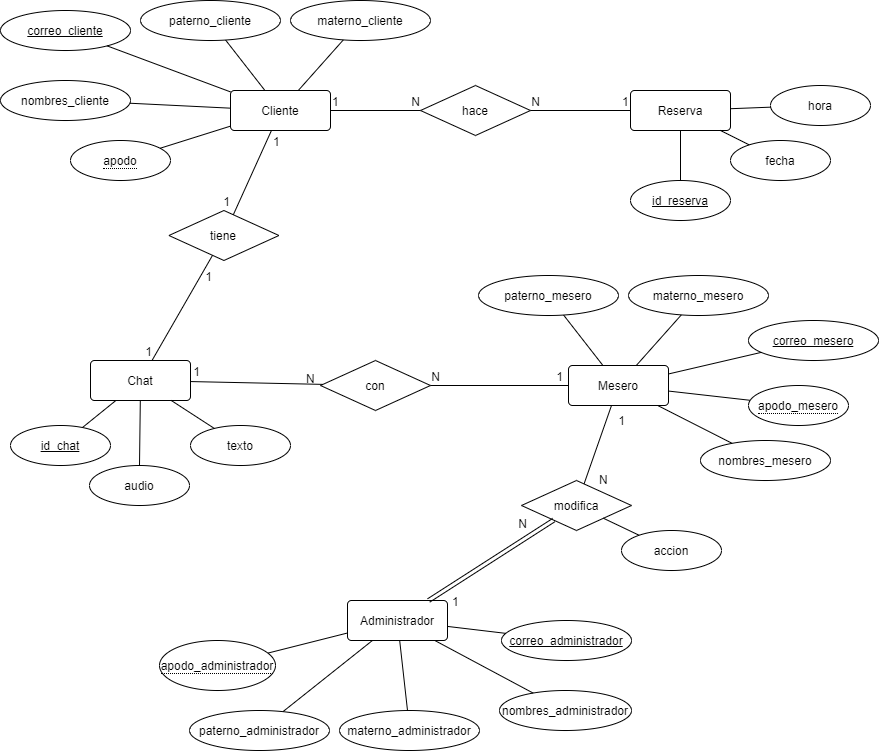
Before: modelos_BD/Modelo_Entidad-Relacion.png, a diagram exported from draw.io (arroyopablo/SaborSazzon). Source tidied: cells renumbered, new cells last; positions are measured from the earlier drawing's top-left corner, leaving out a move shared by most shapes.
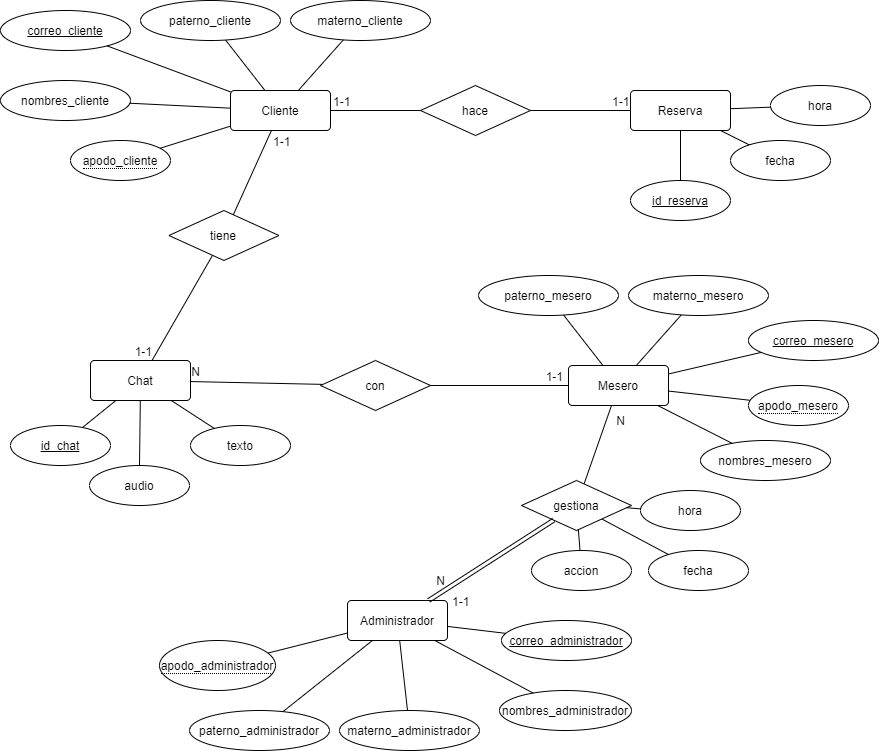
Later version of the same file.

Commit message:
Arreglando modelo ER y adiccionando modelo Relacional

The edit, as a diff of the source:
```diff
@@ -38,7 +38,7 @@
     <mxCell id="13" value="hace" style="shape=rhombus;perimeter=rhombusPerimeter;whiteSpace=wrap;html=1;align=center;" parent="1" vertex="1">
       <mxGeometry x="420" y="85" width="110" height="50" as="geometry" />
     </mxCell>
-    <mxCell id="14" value="&lt;span style=&quot;border-bottom: 1px dotted&quot;&gt;apodo&lt;/span&gt;" style="ellipse;whiteSpace=wrap;html=1;align=center;" parent="1" vertex="1">
+    <mxCell id="14" value="&lt;span style=&quot;border-bottom: 1px dotted&quot;&gt;apodo_cliente&lt;/span&gt;" style="ellipse;whiteSpace=wrap;html=1;align=center;" parent="1" vertex="1">
       <mxGeometry x="70" y="140" width="100" height="40" as="geometry" />
     </mxCell>
     <mxCell id="15" value="id_reserva" style="ellipse;whiteSpace=wrap;html=1;align=center;fontStyle=4;" parent="1" vertex="1">
@@ -56,25 +56,19 @@
     <mxCell id="19" style="endArrow=none;html=1;rounded=0;" parent="1" edge="1" source="11" target="13">
       <mxGeometry relative="1" as="geometry" />
     </mxCell>
-    <mxCell id="20" value="1" style="html=1;align=left;verticalAlign=bottom;" parent="19" vertex="1">
-      <mxGeometry x="-1" relative="1" as="geometry" />
+    <mxCell id="20" value="1-1" style="html=1;align=left;verticalAlign=bottom;" parent="19" vertex="1">
+      <mxGeometry x="-1" relative="1" as="geometry">
+        <mxPoint x="1" as="offset" />
+      </mxGeometry>
     </mxCell>
-    <mxCell id="21" value="N" style="html=1;align=right;verticalAlign=bottom;" parent="19" vertex="1">
-      <mxGeometry x="1" relative="1" as="geometry" />
-    </mxCell>
     <mxCell id="22" style="endArrow=none;html=1;rounded=0;" parent="1" edge="1" source="12" target="13">
       <mxGeometry relative="1" as="geometry" />
     </mxCell>
-    <mxCell id="23" value="1" style="html=1;align=left;verticalAlign=bottom;" parent="22" vertex="1">
+    <mxCell id="23" value="1-1" style="html=1;align=left;verticalAlign=bottom;" parent="22" vertex="1">
       <mxGeometry x="-1" relative="1" as="geometry">
-        <mxPoint x="-10" as="offset" />
+        <mxPoint x="-20" as="offset" />
       </mxGeometry>
     </mxCell>
-    <mxCell id="24" value="N" style="html=1;align=right;verticalAlign=bottom;" parent="22" vertex="1">
-      <mxGeometry x="1" relative="1" as="geometry">
-        <mxPoint x="10" as="offset" />
-      </mxGeometry>
-    </mxCell>
     <mxCell id="25" value="hora" style="ellipse;whiteSpace=wrap;html=1;align=center;" parent="1" vertex="1">
       <mxGeometry x="770" y="85" width="100" height="40" as="geometry" />
     </mxCell>
@@ -90,7 +84,7 @@
     <mxCell id="29" style="endArrow=none;html=1;rounded=0;" parent="1" edge="1" source="11" target="27">
       <mxGeometry relative="1" as="geometry" />
     </mxCell>
-    <mxCell id="30" value="1" style="html=1;align=left;verticalAlign=bottom;" parent="29" vertex="1">
+    <mxCell id="30" value="1-1" style="html=1;align=left;verticalAlign=bottom;" parent="29" vertex="1">
       <mxGeometry x="-1" relative="1" as="geometry">
         <mxPoint y="20" as="offset" />
       </mxGeometry>
@@ -98,7 +92,7 @@
     <mxCell id="31" style="endArrow=none;html=1;rounded=0;" parent="1" edge="1" source="27" target="28">
       <mxGeometry relative="1" as="geometry" />
     </mxCell>
-    <mxCell id="32" value="1" style="html=1;align=right;verticalAlign=bottom;" parent="31" vertex="1">
+    <mxCell id="32" value="1-1" style="html=1;align=right;verticalAlign=bottom;" parent="31" vertex="1">
       <mxGeometry x="1" relative="1" as="geometry" />
     </mxCell>
     <mxCell id="33" value="id_chat" style="ellipse;whiteSpace=wrap;html=1;align=center;fontStyle=4;" parent="1" vertex="1">
@@ -161,28 +155,12 @@
     <mxCell id="52" style="endArrow=none;html=1;rounded=0;" parent="1" edge="1" source="39" target="28">
       <mxGeometry relative="1" as="geometry" />
     </mxCell>
-    <mxCell id="53" value="1" style="html=1;align=right;verticalAlign=bottom;" parent="1" vertex="1">
+    <mxCell id="53" value="N" style="html=1;align=right;verticalAlign=bottom;" parent="1" vertex="1">
       <mxGeometry x="200" y="380" as="geometry" />
     </mxCell>
-    <mxCell id="54" value="N" style="html=1;align=left;verticalAlign=bottom;" parent="1" vertex="1">
-      <mxGeometry x="223.4" y="284.7" as="geometry">
-        <mxPoint x="81" y="102" as="offset" />
-      </mxGeometry>
-    </mxCell>
-    <mxCell id="55" value="N" style="html=1;align=right;verticalAlign=bottom;" parent="1" vertex="1">
-      <mxGeometry x="440" y="385" as="geometry" />
-    </mxCell>
-    <mxCell id="56" value="1" style="html=1;align=right;verticalAlign=bottom;" parent="1" vertex="1">
+    <mxCell id="56" value="1-1" style="html=1;align=right;verticalAlign=bottom;" parent="1" vertex="1">
       <mxGeometry x="563" y="385" as="geometry" />
     </mxCell>
-    <mxCell id="57" value="1" style="html=1;align=right;verticalAlign=bottom;" parent="1" vertex="1">
-      <mxGeometry x="230" y="420" as="geometry">
-        <mxPoint x="-18" y="-135" as="offset" />
-      </mxGeometry>
-    </mxCell>
-    <mxCell id="58" value="1" style="html=1;align=right;verticalAlign=bottom;" parent="1" vertex="1">
-      <mxGeometry x="230" y="210" as="geometry" />
-    </mxCell>
     <mxCell id="59" value="&lt;u&gt;correo_administrador&lt;/u&gt;" style="ellipse;whiteSpace=wrap;html=1;" parent="1" vertex="1">
       <mxGeometry x="501" y="620" width="130" height="40" as="geometry" />
     </mxCell>
@@ -216,18 +194,13 @@
     <mxCell id="69" value="&lt;span style=&quot;border-bottom: 1px dotted&quot;&gt;apodo_administrador&lt;/span&gt;" style="ellipse;whiteSpace=wrap;html=1;align=center;" parent="1" vertex="1">
       <mxGeometry x="159" y="640" width="116" height="50" as="geometry" />
     </mxCell>
-    <mxCell id="70" value="modifica" style="shape=rhombus;perimeter=rhombusPerimeter;whiteSpace=wrap;html=1;align=center;" parent="1" vertex="1">
+    <mxCell id="70" value="gestiona" style="shape=rhombus;perimeter=rhombusPerimeter;whiteSpace=wrap;html=1;align=center;" parent="1" vertex="1">
       <mxGeometry x="521" y="480" width="110" height="50" as="geometry" />
     </mxCell>
     <mxCell id="71" style="endArrow=none;html=1;rounded=0;" parent="1" edge="1" source="70" target="49">
       <mxGeometry relative="1" as="geometry" />
     </mxCell>
-    <mxCell id="72" value="N" style="html=1;align=left;verticalAlign=bottom;" parent="71" vertex="1">
-      <mxGeometry x="-1" relative="1" as="geometry">
-        <mxPoint x="13" y="4.1" as="offset" />
-      </mxGeometry>
-    </mxCell>
-    <mxCell id="73" value="1" style="html=1;align=right;verticalAlign=bottom;" parent="71" vertex="1">
+    <mxCell id="73" value="N" style="html=1;align=right;verticalAlign=bottom;" parent="71" vertex="1">
       <mxGeometry x="1" relative="1" as="geometry">
         <mxPoint x="14.1" y="23.7" as="offset" />
       </mxGeometry>
@@ -235,21 +208,33 @@
     <mxCell id="74" style="shape=link;html=1;rounded=0;" parent="1" edge="1" source="68" target="70">
       <mxGeometry relative="1" as="geometry" />
     </mxCell>
-    <mxCell id="75" value="1" style="html=1;align=left;verticalAlign=bottom;" parent="74" vertex="1">
+    <mxCell id="75" value="1-1" style="html=1;align=left;verticalAlign=bottom;" parent="74" vertex="1">
       <mxGeometry x="-1" relative="1" as="geometry">
         <mxPoint x="21.9" y="10" as="offset" />
       </mxGeometry>
     </mxCell>
-    <mxCell id="76" value="N" style="html=1;align=right;verticalAlign=bottom;" parent="74" vertex="1">
-      <mxGeometry x="1" relative="1" as="geometry">
-        <mxPoint x="-26.8" y="12.9" as="offset" />
-      </mxGeometry>
-    </mxCell>
     <mxCell id="77" value="accion" style="ellipse;whiteSpace=wrap;html=1;align=center;" parent="1" vertex="1">
-      <mxGeometry x="621" y="530" width="100" height="40" as="geometry" />
+      <mxGeometry x="531" y="550" width="100" height="40" as="geometry" />
     </mxCell>
     <mxCell id="78" style="endArrow=none;html=1;" parent="1" edge="1" source="77" target="70">
       <mxGeometry relative="1" as="geometry" />
     </mxCell>
+    <mxCell id="79" value="N" style="html=1;align=right;verticalAlign=bottom;" parent="1" vertex="1">
+      <mxGeometry x="635" y="438.8" as="geometry">
+        <mxPoint x="-190" y="150" as="offset" />
+      </mxGeometry>
+    </mxCell>
+    <mxCell id="80" value="fecha" style="ellipse;whiteSpace=wrap;html=1;align=center;" parent="1" vertex="1">
+      <mxGeometry x="648" y="550" width="100" height="40" as="geometry" />
+    </mxCell>
+    <mxCell id="81" style="endArrow=none;html=1;" parent="1" edge="1" source="80" target="70">
+      <mxGeometry relative="1" as="geometry" />
+    </mxCell>
+    <mxCell id="82" value="hora" style="ellipse;whiteSpace=wrap;html=1;align=center;" parent="1" vertex="1">
+      <mxGeometry x="640" y="490" width="100" height="40" as="geometry" />
+    </mxCell>
+    <mxCell id="83" style="endArrow=none;html=1;" parent="1" edge="1" source="82" target="70">
+      <mxGeometry relative="1" as="geometry" />
+    </mxCell>
   </root>
 </mxGraphModel>
```
